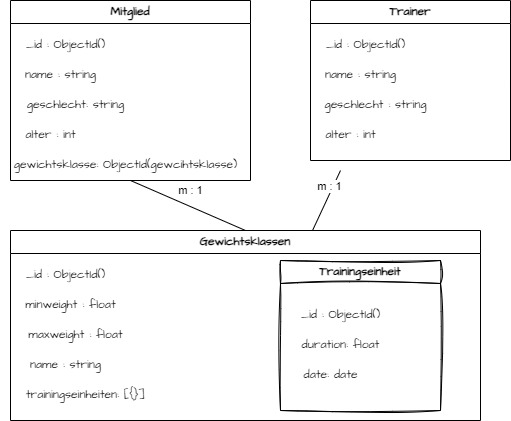
The draw.io diagram KN02/B_Diagramm.png in Noah8820/m165_2024, before a commit. Source tidied: cells renumbered, new cells last; positions are measured from the earlier drawing's top-left corner, leaving out a move shared by most shapes.
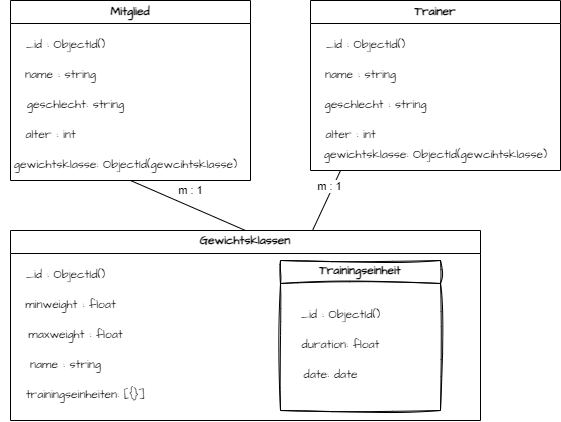
Later version of the same file.

The edit, as a diff of the source:
```diff
@@ -21,7 +21,7 @@
       <mxGeometry x="-10" y="150" width="250" height="30" as="geometry" />
     </mxCell>
     <mxCell id="8" value="&lt;div&gt;Trainer&lt;/div&gt;" style="swimlane;whiteSpace=wrap;html=1;hachureGap=4;fontFamily=Architects Daughter;fontSource=https%3A%2F%2Ffonts.googleapis.com%2Fcss%3Ffamily%3DArchitects%2BDaughter;startSize=23;" parent="1" vertex="1">
-      <mxGeometry x="310" width="200" height="160" as="geometry" />
+      <mxGeometry x="310" width="250" height="170" as="geometry" />
     </mxCell>
     <mxCell id="9" value="_id : ObjectId()" style="text;html=1;align=center;verticalAlign=middle;strokeColor=none;fillColor=none;fontFamily=Architects Daughter;fontSource=https%3A%2F%2Ffonts.googleapis.com%2Fcss%3Ffamily%3DArchitects%2BDaughter;" parent="8" vertex="1">
       <mxGeometry x="5" y="30" width="100" height="30" as="geometry" />
@@ -35,6 +35,9 @@
     <mxCell id="12" value="alter : int" style="text;html=1;align=center;verticalAlign=middle;strokeColor=none;fillColor=none;fontFamily=Architects Daughter;fontSource=https%3A%2F%2Ffonts.googleapis.com%2Fcss%3Ffamily%3DArchitects%2BDaughter;" parent="8" vertex="1">
       <mxGeometry x="5" y="120" width="70" height="30" as="geometry" />
     </mxCell>
+    <mxCell id="27" value="gewichtsklasse: ObjectId(gewcihtsklasse)" style="text;html=1;align=center;verticalAlign=middle;strokeColor=none;fillColor=none;fontFamily=Architects Daughter;fontSource=https%3A%2F%2Ffonts.googleapis.com%2Fcss%3Ffamily%3DArchitects%2BDaughter;" parent="8" vertex="1">
+      <mxGeometry y="140" width="250" height="30" as="geometry" />
+    </mxCell>
     <mxCell id="13" value="&lt;div&gt;Gewichtsklassen&lt;/div&gt;" style="swimlane;whiteSpace=wrap;html=1;hachureGap=4;fontFamily=Architects Daughter;fontSource=https%3A%2F%2Ffonts.googleapis.com%2Fcss%3Ffamily%3DArchitects%2BDaughter;startSize=23;" parent="1" vertex="1">
       <mxGeometry x="10" y="230" width="470" height="190" as="geometry" />
     </mxCell>
```
